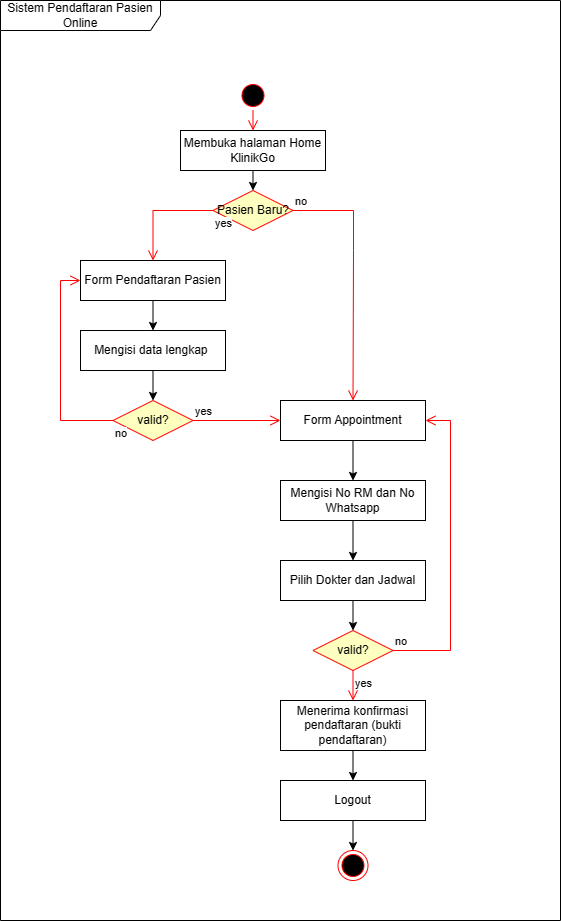
This is DiagramSistemPendaftaranPasien-activity.drawio.png from dwirahmadita/SistemPendafatranPasien, a draw.io export, as it was before one commit. Source tidied: cells renumbered, new cells last; positions are measured from the earlier drawing's top-left corner, leaving out a move shared by most shapes. Its diagram source:
```xml
<mxGraphModel>
  <root>
    <mxCell id="0" />
    <mxCell id="1" parent="0" />
    <mxCell id="2" value="Sistem Pendaftaran Pasien Online" style="shape=umlFrame;whiteSpace=wrap;html=1;width=160;" parent="1" vertex="1">
      <mxGeometry width="560" height="920" as="geometry" />
    </mxCell>
    <mxCell id="3" style="ellipse;html=1;shape=startState;fillColor=#000000;strokeColor=#ff0000;" parent="2" vertex="1">
      <mxGeometry x="237.5" y="80" width="30" height="30" as="geometry" />
    </mxCell>
    <mxCell id="4" style="edgeStyle=orthogonalEdgeStyle;html=1;verticalAlign=bottom;endArrow=open;endSize=8;strokeColor=#ff0000;rounded=0;entryX=0.5;entryY=0;entryDx=0;entryDy=0;" parent="2" edge="1" source="3" target="6">
      <mxGeometry relative="1" as="geometry" />
    </mxCell>
    <mxCell id="5" style="edgeStyle=orthogonalEdgeStyle;rounded=0;jettySize=auto;html=1;exitX=0.5;exitY=1;exitDx=0;exitDy=0;entryX=0.5;entryY=0;entryDx=0;entryDy=0;" parent="2" edge="1" source="6" target="17">
      <mxGeometry relative="1" as="geometry" />
    </mxCell>
    <mxCell id="6" value="Membuka halaman Home KlinikGo" style="html=1;whiteSpace=wrap;" parent="2" vertex="1">
      <mxGeometry x="180" y="130" width="145" height="40" as="geometry" />
    </mxCell>
    <mxCell id="7" style="edgeStyle=orthogonalEdgeStyle;rounded=0;jettySize=auto;html=1;exitX=0.5;exitY=1;exitDx=0;exitDy=0;entryX=0.5;entryY=0;entryDx=0;entryDy=0;" parent="2" edge="1" source="8" target="10">
      <mxGeometry relative="1" as="geometry" />
    </mxCell>
    <mxCell id="8" value="Form Pendaftaran Pasien" style="html=1;whiteSpace=wrap;" parent="2" vertex="1">
      <mxGeometry x="80" y="260" width="145" height="40" as="geometry" />
    </mxCell>
    <mxCell id="9" style="edgeStyle=orthogonalEdgeStyle;rounded=0;jettySize=auto;html=1;exitX=0.5;exitY=1;exitDx=0;exitDy=0;entryX=0.5;entryY=0;entryDx=0;entryDy=0;" parent="2" edge="1" source="10" target="28">
      <mxGeometry relative="1" as="geometry" />
    </mxCell>
    <mxCell id="10" value="Mengisi data lengkap&amp;nbsp;" style="html=1;whiteSpace=wrap;" parent="2" vertex="1">
      <mxGeometry x="80" y="330" width="145" height="40" as="geometry" />
    </mxCell>
    <mxCell id="11" style="edgeStyle=orthogonalEdgeStyle;rounded=0;jettySize=auto;html=1;exitX=0.5;exitY=1;exitDx=0;exitDy=0;entryX=0.5;entryY=0;entryDx=0;entryDy=0;" parent="2" edge="1" source="12" target="16">
      <mxGeometry relative="1" as="geometry" />
    </mxCell>
    <mxCell id="12" value="Mengisi No RM dan No Whatsapp" style="html=1;whiteSpace=wrap;" parent="2" vertex="1">
      <mxGeometry x="280" y="480" width="145" height="40" as="geometry" />
    </mxCell>
    <mxCell id="13" style="edgeStyle=orthogonalEdgeStyle;rounded=0;jettySize=auto;html=1;exitX=0.5;exitY=1;exitDx=0;exitDy=0;entryX=0.5;entryY=0;entryDx=0;entryDy=0;" parent="2" edge="1" source="14" target="12">
      <mxGeometry relative="1" as="geometry" />
    </mxCell>
    <mxCell id="14" value="Form Appointment" style="html=1;whiteSpace=wrap;" parent="2" vertex="1">
      <mxGeometry x="280" y="400" width="145" height="40" as="geometry" />
    </mxCell>
    <mxCell id="15" style="edgeStyle=orthogonalEdgeStyle;rounded=0;jettySize=auto;html=1;exitX=0.5;exitY=1;exitDx=0;exitDy=0;entryX=0.5;entryY=0;entryDx=0;entryDy=0;" parent="2" edge="1" source="16" target="22">
      <mxGeometry relative="1" as="geometry" />
    </mxCell>
    <mxCell id="16" value="Pilih Dokter dan Jadwal" style="html=1;whiteSpace=wrap;" parent="2" vertex="1">
      <mxGeometry x="280" y="560" width="145" height="40" as="geometry" />
    </mxCell>
    <mxCell id="17" value="Pasien Baru?" style="rhombus;whiteSpace=wrap;html=1;fontColor=#000000;fillColor=#ffffc0;strokeColor=#ff0000;" parent="2" vertex="1">
      <mxGeometry x="212.5" y="190" width="80" height="40" as="geometry" />
    </mxCell>
    <mxCell id="18" value="no" style="edgeStyle=orthogonalEdgeStyle;html=1;align=left;verticalAlign=bottom;endArrow=open;endSize=8;strokeColor=#ff0000;rounded=0;exitX=1;exitY=0.5;exitDx=0;exitDy=0;entryX=0.5;entryY=0;entryDx=0;entryDy=0;" parent="2" edge="1" source="17" target="14">
      <mxGeometry x="-1" relative="1" as="geometry">
        <Array as="points">
          <mxPoint x="353" y="210" />
          <mxPoint x="353" y="250" />
        </Array>
      </mxGeometry>
    </mxCell>
    <mxCell id="19" value="yes" style="edgeStyle=orthogonalEdgeStyle;html=1;align=left;verticalAlign=top;endArrow=open;endSize=8;strokeColor=#ff0000;rounded=0;entryX=0.5;entryY=0;entryDx=0;entryDy=0;exitX=0;exitY=0.5;exitDx=0;exitDy=0;" parent="2" edge="1" source="17" target="8">
      <mxGeometry x="-1" relative="1" as="geometry" />
    </mxCell>
    <mxCell id="20" style="edgeStyle=orthogonalEdgeStyle;rounded=0;jettySize=auto;html=1;exitX=0.5;exitY=1;exitDx=0;exitDy=0;entryX=0.5;entryY=0;entryDx=0;entryDy=0;" parent="2" edge="1" source="21" target="26">
      <mxGeometry relative="1" as="geometry" />
    </mxCell>
    <mxCell id="21" value="Menerima konfirmasi pendaftaran (bukti pendaftaran)" style="html=1;whiteSpace=wrap;" parent="2" vertex="1">
      <mxGeometry x="280" y="700" width="145" height="50" as="geometry" />
    </mxCell>
    <mxCell id="22" value="valid?" style="rhombus;whiteSpace=wrap;html=1;fontColor=#000000;fillColor=#ffffc0;strokeColor=#ff0000;" parent="2" vertex="1">
      <mxGeometry x="312.5" y="630" width="80" height="40" as="geometry" />
    </mxCell>
    <mxCell id="23" value="no" style="edgeStyle=orthogonalEdgeStyle;html=1;align=left;verticalAlign=bottom;endArrow=open;endSize=8;strokeColor=#ff0000;rounded=0;entryX=1;entryY=0.5;entryDx=0;entryDy=0;exitX=1;exitY=0.5;exitDx=0;exitDy=0;" parent="2" edge="1" source="22" target="14">
      <mxGeometry x="-1" relative="1" as="geometry">
        <Array as="points">
          <mxPoint x="450" y="650" />
          <mxPoint x="450" y="420" />
        </Array>
      </mxGeometry>
    </mxCell>
    <mxCell id="24" value="yes" style="edgeStyle=orthogonalEdgeStyle;html=1;align=left;verticalAlign=top;endArrow=open;endSize=8;strokeColor=#ff0000;rounded=0;entryX=0.5;entryY=0;entryDx=0;entryDy=0;" parent="2" edge="1" source="22" target="21">
      <mxGeometry x="-1" relative="1" as="geometry" />
    </mxCell>
    <mxCell id="25" style="edgeStyle=orthogonalEdgeStyle;rounded=0;jettySize=auto;html=1;exitX=0.5;exitY=1;exitDx=0;exitDy=0;entryX=0.5;entryY=0;entryDx=0;entryDy=0;" parent="2" edge="1" source="26" target="27">
      <mxGeometry relative="1" as="geometry" />
    </mxCell>
    <mxCell id="26" value="Logout" style="html=1;whiteSpace=wrap;" parent="2" vertex="1">
      <mxGeometry x="280" y="780" width="145" height="40" as="geometry" />
    </mxCell>
    <mxCell id="27" style="ellipse;html=1;shape=endState;fillColor=#000000;strokeColor=#ff0000;" parent="2" vertex="1">
      <mxGeometry x="337.5" y="850" width="30" height="30" as="geometry" />
    </mxCell>
    <mxCell id="28" value="valid?" style="rhombus;whiteSpace=wrap;html=1;fontColor=#000000;fillColor=#ffffc0;strokeColor=#ff0000;" parent="2" vertex="1">
      <mxGeometry x="112.5" y="400" width="80" height="40" as="geometry" />
    </mxCell>
    <mxCell id="29" value="yes" style="edgeStyle=orthogonalEdgeStyle;html=1;align=left;verticalAlign=bottom;endArrow=open;endSize=8;strokeColor=#ff0000;rounded=0;entryX=0;entryY=0.5;entryDx=0;entryDy=0;" parent="2" edge="1" source="28" target="14">
      <mxGeometry x="-1" relative="1" as="geometry" />
    </mxCell>
    <mxCell id="30" value="no" style="edgeStyle=orthogonalEdgeStyle;html=1;align=left;verticalAlign=top;endArrow=open;endSize=8;strokeColor=#ff0000;rounded=0;entryX=0;entryY=0.5;entryDx=0;entryDy=0;exitX=0;exitY=0.5;exitDx=0;exitDy=0;" parent="2" edge="1" source="28" target="8">
      <mxGeometry x="-1" relative="1" as="geometry">
        <Array as="points">
          <mxPoint x="60" y="420" />
          <mxPoint x="60" y="280" />
        </Array>
      </mxGeometry>
    </mxCell>
  </root>
</mxGraphModel>
```
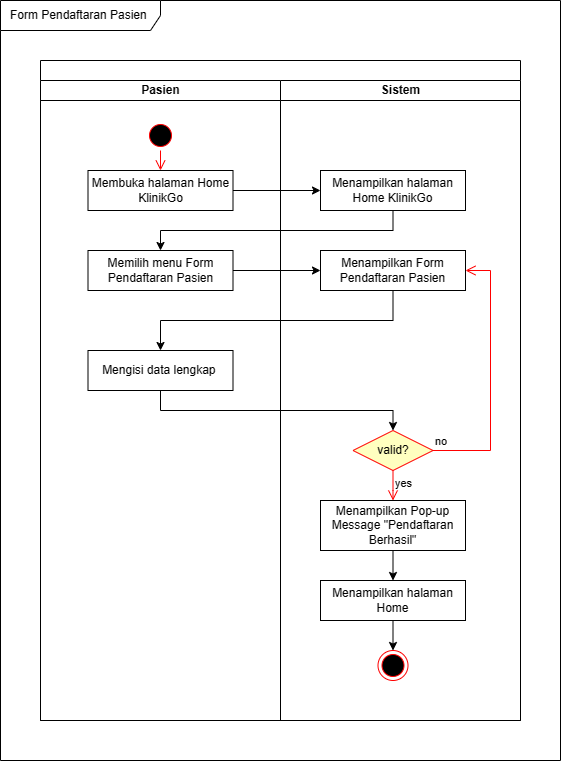
Later version of the same file.

Change to the diagram source:
```diff
@@ -2,107 +2,87 @@
   <root>
     <mxCell id="0" />
     <mxCell id="1" parent="0" />
-    <mxCell id="2" value="Sistem Pendaftaran Pasien Online" style="shape=umlFrame;whiteSpace=wrap;html=1;width=160;" parent="1" vertex="1">
-      <mxGeometry width="560" height="920" as="geometry" />
+    <mxCell id="2" value="Form Pendaftaran Pasien&amp;nbsp;" style="shape=umlFrame;whiteSpace=wrap;html=1;width=160;" parent="1" vertex="1">
+      <mxGeometry width="560" height="760" as="geometry" />
     </mxCell>
+    <mxCell id="31" style="swimlane;startSize=20;html=1;" parent="2" vertex="1">
+      <mxGeometry x="40" y="60" width="480" height="660" as="geometry" />
+    </mxCell>
+    <mxCell id="32" value="Pasien" style="swimlane;startSize=20;html=1;" parent="31" vertex="1">
+      <mxGeometry y="20" width="240" height="640" as="geometry" />
+    </mxCell>
-    <mxCell id="3" style="ellipse;html=1;shape=startState;fillColor=#000000;strokeColor=#ff0000;" parent="2" vertex="1">
-      <mxGeometry x="237.5" y="80" width="30" height="30" as="geometry" />
+    <mxCell id="3" style="ellipse;html=1;shape=startState;fillColor=#000000;strokeColor=#ff0000;" parent="32" vertex="1">
+      <mxGeometry x="105" y="40" width="30" height="30" as="geometry" />
     </mxCell>
-    <mxCell id="4" style="edgeStyle=orthogonalEdgeStyle;html=1;verticalAlign=bottom;endArrow=open;endSize=8;strokeColor=#ff0000;rounded=0;entryX=0.5;entryY=0;entryDx=0;entryDy=0;" parent="2" edge="1" source="3" target="6">
+    <mxCell id="4" style="edgeStyle=orthogonalEdgeStyle;html=1;verticalAlign=bottom;endArrow=open;endSize=8;strokeColor=#ff0000;rounded=0;entryX=0.5;entryY=0;entryDx=0;entryDy=0;" parent="32" edge="1" source="3" target="6">
       <mxGeometry relative="1" as="geometry" />
     </mxCell>
-    <mxCell id="5" style="edgeStyle=orthogonalEdgeStyle;rounded=0;jettySize=auto;html=1;exitX=0.5;exitY=1;exitDx=0;exitDy=0;entryX=0.5;entryY=0;entryDx=0;entryDy=0;" parent="2" edge="1" source="6" target="17">
-      <mxGeometry relative="1" as="geometry" />
-    </mxCell>
-    <mxCell id="6" value="Membuka halaman Home KlinikGo" style="html=1;whiteSpace=wrap;" parent="2" vertex="1">
-      <mxGeometry x="180" y="130" width="145" height="40" as="geometry" />
+    <mxCell id="6" value="Membuka halaman Home KlinikGo" style="html=1;whiteSpace=wrap;" parent="32" vertex="1">
+      <mxGeometry x="47.5" y="90" width="145" height="40" as="geometry" />
     </mxCell>
-    <mxCell id="7" style="edgeStyle=orthogonalEdgeStyle;rounded=0;jettySize=auto;html=1;exitX=0.5;exitY=1;exitDx=0;exitDy=0;entryX=0.5;entryY=0;entryDx=0;entryDy=0;" parent="2" edge="1" source="8" target="10">
-      <mxGeometry relative="1" as="geometry" />
-    </mxCell>
+    <mxCell id="33" value="Memilih menu Form Pendaftaran Pasien" style="html=1;whiteSpace=wrap;" parent="32" vertex="1">
+      <mxGeometry x="47.5" y="170" width="145" height="40" as="geometry" />
+    </mxCell>
+    <mxCell id="10" value="Mengisi data lengkap&amp;nbsp;" style="html=1;whiteSpace=wrap;" parent="32" vertex="1">
+      <mxGeometry x="47.5" y="270" width="145" height="40" as="geometry" />
+    </mxCell>
+    <mxCell id="34" value="Sistem" style="swimlane;startSize=20;html=1;" parent="31" vertex="1">
+      <mxGeometry x="240" y="20" width="240" height="640" as="geometry" />
+    </mxCell>
+    <mxCell id="35" value="Menampilkan halaman Home KlinikGo" style="html=1;whiteSpace=wrap;" parent="34" vertex="1">
+      <mxGeometry x="40" y="90" width="145" height="40" as="geometry" />
+    </mxCell>
-    <mxCell id="8" value="Form Pendaftaran Pasien" style="html=1;whiteSpace=wrap;" parent="2" vertex="1">
-      <mxGeometry x="80" y="260" width="145" height="40" as="geometry" />
+    <mxCell id="8" value="Menampilkan Form Pendaftaran Pasien" style="html=1;whiteSpace=wrap;" parent="34" vertex="1">
+      <mxGeometry x="40" y="170" width="145" height="40" as="geometry" />
     </mxCell>
-    <mxCell id="9" style="edgeStyle=orthogonalEdgeStyle;rounded=0;jettySize=auto;html=1;exitX=0.5;exitY=1;exitDx=0;exitDy=0;entryX=0.5;entryY=0;entryDx=0;entryDy=0;" parent="2" edge="1" source="10" target="28">
-      <mxGeometry relative="1" as="geometry" />
-    </mxCell>
-    <mxCell id="10" value="Mengisi data lengkap&amp;nbsp;" style="html=1;whiteSpace=wrap;" parent="2" vertex="1">
-      <mxGeometry x="80" y="330" width="145" height="40" as="geometry" />
-    </mxCell>
-    <mxCell id="11" style="edgeStyle=orthogonalEdgeStyle;rounded=0;jettySize=auto;html=1;exitX=0.5;exitY=1;exitDx=0;exitDy=0;entryX=0.5;entryY=0;entryDx=0;entryDy=0;" parent="2" edge="1" source="12" target="16">
-      <mxGeometry relative="1" as="geometry" />
-    </mxCell>
-    <mxCell id="12" value="Mengisi No RM dan No Whatsapp" style="html=1;whiteSpace=wrap;" parent="2" vertex="1">
-      <mxGeometry x="280" y="480" width="145" height="40" as="geometry" />
-    </mxCell>
-    <mxCell id="13" style="edgeStyle=orthogonalEdgeStyle;rounded=0;jettySize=auto;html=1;exitX=0.5;exitY=1;exitDx=0;exitDy=0;entryX=0.5;entryY=0;entryDx=0;entryDy=0;" parent="2" edge="1" source="14" target="12">
-      <mxGeometry relative="1" as="geometry" />
-    </mxCell>
-    <mxCell id="14" value="Form Appointment" style="html=1;whiteSpace=wrap;" parent="2" vertex="1">
-      <mxGeometry x="280" y="400" width="145" height="40" as="geometry" />
-    </mxCell>
-    <mxCell id="15" style="edgeStyle=orthogonalEdgeStyle;rounded=0;jettySize=auto;html=1;exitX=0.5;exitY=1;exitDx=0;exitDy=0;entryX=0.5;entryY=0;entryDx=0;entryDy=0;" parent="2" edge="1" source="16" target="22">
-      <mxGeometry relative="1" as="geometry" />
-    </mxCell>
-    <mxCell id="16" value="Pilih Dokter dan Jadwal" style="html=1;whiteSpace=wrap;" parent="2" vertex="1">
-      <mxGeometry x="280" y="560" width="145" height="40" as="geometry" />
-    </mxCell>
-    <mxCell id="17" value="Pasien Baru?" style="rhombus;whiteSpace=wrap;html=1;fontColor=#000000;fillColor=#ffffc0;strokeColor=#ff0000;" parent="2" vertex="1">
-      <mxGeometry x="212.5" y="190" width="80" height="40" as="geometry" />
-    </mxCell>
-    <mxCell id="18" value="no" style="edgeStyle=orthogonalEdgeStyle;html=1;align=left;verticalAlign=bottom;endArrow=open;endSize=8;strokeColor=#ff0000;rounded=0;exitX=1;exitY=0.5;exitDx=0;exitDy=0;entryX=0.5;entryY=0;entryDx=0;entryDy=0;" parent="2" edge="1" source="17" target="14">
-      <mxGeometry x="-1" relative="1" as="geometry">
-        <Array as="points">
-          <mxPoint x="353" y="210" />
-          <mxPoint x="353" y="250" />
-        </Array>
-      </mxGeometry>
-    </mxCell>
-    <mxCell id="19" value="yes" style="edgeStyle=orthogonalEdgeStyle;html=1;align=left;verticalAlign=top;endArrow=open;endSize=8;strokeColor=#ff0000;rounded=0;entryX=0.5;entryY=0;entryDx=0;entryDy=0;exitX=0;exitY=0.5;exitDx=0;exitDy=0;" parent="2" edge="1" source="17" target="8">
-      <mxGeometry x="-1" relative="1" as="geometry" />
-    </mxCell>
-    <mxCell id="20" style="edgeStyle=orthogonalEdgeStyle;rounded=0;jettySize=auto;html=1;exitX=0.5;exitY=1;exitDx=0;exitDy=0;entryX=0.5;entryY=0;entryDx=0;entryDy=0;" parent="2" edge="1" source="21" target="26">
-      <mxGeometry relative="1" as="geometry" />
-    </mxCell>
-    <mxCell id="21" value="Menerima konfirmasi pendaftaran (bukti pendaftaran)" style="html=1;whiteSpace=wrap;" parent="2" vertex="1">
-      <mxGeometry x="280" y="700" width="145" height="50" as="geometry" />
-    </mxCell>
-    <mxCell id="22" value="valid?" style="rhombus;whiteSpace=wrap;html=1;fontColor=#000000;fillColor=#ffffc0;strokeColor=#ff0000;" parent="2" vertex="1">
-      <mxGeometry x="312.5" y="630" width="80" height="40" as="geometry" />
-    </mxCell>
-    <mxCell id="23" value="no" style="edgeStyle=orthogonalEdgeStyle;html=1;align=left;verticalAlign=bottom;endArrow=open;endSize=8;strokeColor=#ff0000;rounded=0;entryX=1;entryY=0.5;entryDx=0;entryDy=0;exitX=1;exitY=0.5;exitDx=0;exitDy=0;" parent="2" edge="1" source="22" target="14">
-      <mxGeometry x="-1" relative="1" as="geometry">
-        <Array as="points">
-          <mxPoint x="450" y="650" />
-          <mxPoint x="450" y="420" />
-        </Array>
-      </mxGeometry>
-    </mxCell>
-    <mxCell id="24" value="yes" style="edgeStyle=orthogonalEdgeStyle;html=1;align=left;verticalAlign=top;endArrow=open;endSize=8;strokeColor=#ff0000;rounded=0;entryX=0.5;entryY=0;entryDx=0;entryDy=0;" parent="2" edge="1" source="22" target="21">
-      <mxGeometry x="-1" relative="1" as="geometry" />
-    </mxCell>
-    <mxCell id="25" style="edgeStyle=orthogonalEdgeStyle;rounded=0;jettySize=auto;html=1;exitX=0.5;exitY=1;exitDx=0;exitDy=0;entryX=0.5;entryY=0;entryDx=0;entryDy=0;" parent="2" edge="1" source="26" target="27">
-      <mxGeometry relative="1" as="geometry" />
-    </mxCell>
-    <mxCell id="26" value="Logout" style="html=1;whiteSpace=wrap;" parent="2" vertex="1">
-      <mxGeometry x="280" y="780" width="145" height="40" as="geometry" />
-    </mxCell>
-    <mxCell id="27" style="ellipse;html=1;shape=endState;fillColor=#000000;strokeColor=#ff0000;" parent="2" vertex="1">
-      <mxGeometry x="337.5" y="850" width="30" height="30" as="geometry" />
-    </mxCell>
-    <mxCell id="28" value="valid?" style="rhombus;whiteSpace=wrap;html=1;fontColor=#000000;fillColor=#ffffc0;strokeColor=#ff0000;" parent="2" vertex="1">
-      <mxGeometry x="112.5" y="400" width="80" height="40" as="geometry" />
+    <mxCell id="28" value="valid?" style="rhombus;whiteSpace=wrap;html=1;fontColor=#000000;fillColor=#ffffc0;strokeColor=#ff0000;" parent="34" vertex="1">
+      <mxGeometry x="72.5" y="350" width="80" height="40" as="geometry" />
     </mxCell>
-    <mxCell id="29" value="yes" style="edgeStyle=orthogonalEdgeStyle;html=1;align=left;verticalAlign=bottom;endArrow=open;endSize=8;strokeColor=#ff0000;rounded=0;entryX=0;entryY=0.5;entryDx=0;entryDy=0;" parent="2" edge="1" source="28" target="14">
-      <mxGeometry x="-1" relative="1" as="geometry" />
+    <mxCell id="29" value="no" style="edgeStyle=orthogonalEdgeStyle;html=1;align=left;verticalAlign=bottom;endArrow=open;endSize=8;strokeColor=#ff0000;rounded=0;entryX=1;entryY=0.5;entryDx=0;entryDy=0;exitX=1;exitY=0.5;exitDx=0;exitDy=0;" parent="34" edge="1" source="28" target="8">
+      <mxGeometry x="-1" relative="1" as="geometry">
+        <Array as="points">
+          <mxPoint x="210" y="370" />
+          <mxPoint x="210" y="190" />
+        </Array>
+      </mxGeometry>
     </mxCell>
-    <mxCell id="30" value="no" style="edgeStyle=orthogonalEdgeStyle;html=1;align=left;verticalAlign=top;endArrow=open;endSize=8;strokeColor=#ff0000;rounded=0;entryX=0;entryY=0.5;entryDx=0;entryDy=0;exitX=0;exitY=0.5;exitDx=0;exitDy=0;" parent="2" edge="1" source="28" target="8">
+    <mxCell id="30" value="yes" style="edgeStyle=orthogonalEdgeStyle;html=1;align=left;verticalAlign=top;endArrow=open;endSize=8;strokeColor=#ff0000;rounded=0;exitX=0.5;exitY=1;exitDx=0;exitDy=0;entryX=0.5;entryY=0;entryDx=0;entryDy=0;" parent="34" edge="1" source="28" target="37">
       <mxGeometry x="-1" relative="1" as="geometry">
         <Array as="points">
-          <mxPoint x="60" y="420" />
-          <mxPoint x="60" y="280" />
+          <mxPoint x="113" y="410" />
+          <mxPoint x="113" y="410" />
         </Array>
       </mxGeometry>
     </mxCell>
+    <mxCell id="36" style="edgeStyle=orthogonalEdgeStyle;rounded=0;jettySize=auto;html=1;exitX=0.5;exitY=1;exitDx=0;exitDy=0;entryX=0.5;entryY=0;entryDx=0;entryDy=0;" parent="34" edge="1" source="37" target="38">
+      <mxGeometry relative="1" as="geometry" />
+    </mxCell>
+    <mxCell id="37" value="Menampilkan Pop-up Message &quot;Pendaftaran Berhasil&quot;" style="html=1;whiteSpace=wrap;" parent="34" vertex="1">
+      <mxGeometry x="40" y="420" width="145" height="50" as="geometry" />
+    </mxCell>
+    <mxCell id="38" value="Menampilkan halaman Home" style="html=1;whiteSpace=wrap;" parent="34" vertex="1">
+      <mxGeometry x="40" y="500" width="145" height="40" as="geometry" />
+    </mxCell>
+    <mxCell id="25" style="edgeStyle=orthogonalEdgeStyle;rounded=0;jettySize=auto;html=1;exitX=0.5;exitY=1;exitDx=0;exitDy=0;entryX=0.5;entryY=0;entryDx=0;entryDy=0;" parent="34" edge="1" source="38" target="27">
+      <mxGeometry relative="1" as="geometry" />
+    </mxCell>
+    <mxCell id="27" style="ellipse;html=1;shape=endState;fillColor=#000000;strokeColor=#ff0000;" parent="34" vertex="1">
+      <mxGeometry x="97.5" y="570" width="30" height="30" as="geometry" />
+    </mxCell>
+    <mxCell id="39" style="edgeStyle=orthogonalEdgeStyle;rounded=0;jettySize=auto;html=1;exitX=1;exitY=0.5;exitDx=0;exitDy=0;entryX=0;entryY=0.5;entryDx=0;entryDy=0;" parent="31" edge="1" source="6" target="35">
+      <mxGeometry relative="1" as="geometry" />
+    </mxCell>
+    <mxCell id="40" style="edgeStyle=orthogonalEdgeStyle;rounded=0;jettySize=auto;html=1;exitX=0.5;exitY=1;exitDx=0;exitDy=0;entryX=0.5;entryY=0;entryDx=0;entryDy=0;" parent="31" edge="1" source="35" target="33">
+      <mxGeometry relative="1" as="geometry" />
+    </mxCell>
+    <mxCell id="41" style="edgeStyle=orthogonalEdgeStyle;rounded=0;jettySize=auto;html=1;exitX=1;exitY=0.5;exitDx=0;exitDy=0;" parent="31" edge="1" source="33" target="8">
+      <mxGeometry relative="1" as="geometry" />
+    </mxCell>
+    <mxCell id="7" style="edgeStyle=orthogonalEdgeStyle;rounded=0;jettySize=auto;html=1;exitX=0.5;exitY=1;exitDx=0;exitDy=0;entryX=0.5;entryY=0;entryDx=0;entryDy=0;" parent="31" edge="1" source="8" target="10">
+      <mxGeometry relative="1" as="geometry" />
+    </mxCell>
+    <mxCell id="9" style="edgeStyle=orthogonalEdgeStyle;rounded=0;jettySize=auto;html=1;exitX=0.5;exitY=1;exitDx=0;exitDy=0;entryX=0.5;entryY=0;entryDx=0;entryDy=0;" parent="31" edge="1" source="10" target="28">
+      <mxGeometry relative="1" as="geometry" />
+    </mxCell>
   </root>
 </mxGraphModel>
```
